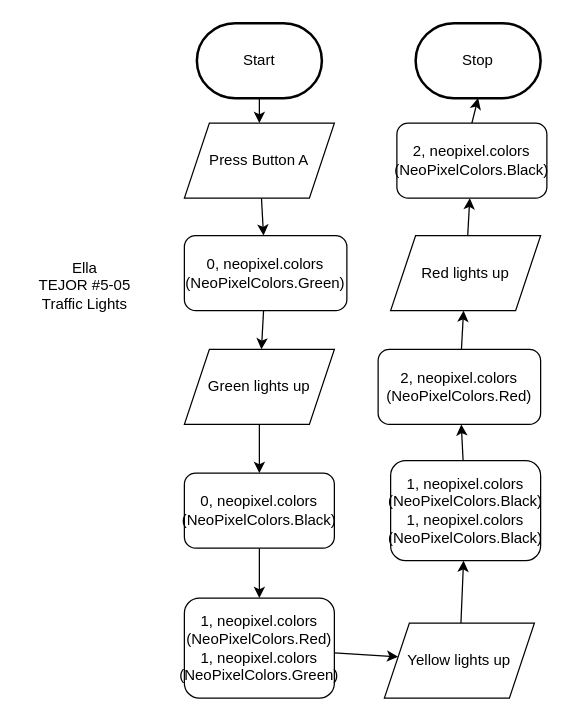
MTHS-TEJ2O-1-2024/TEJ2O-Unit-5-05B-ella-an2 keeps this draw.io diagram as design/flowchart.drawio. Above is the earlier version. Source tidied: cells renumbered, new cells numbered last; positions are measured from the earlier drawing's top-left corner, leaving out a move shared by most shapes. Both pictures are drawn from the tidied source at 125%, with x=0, y=0 at pixel (21, 22).
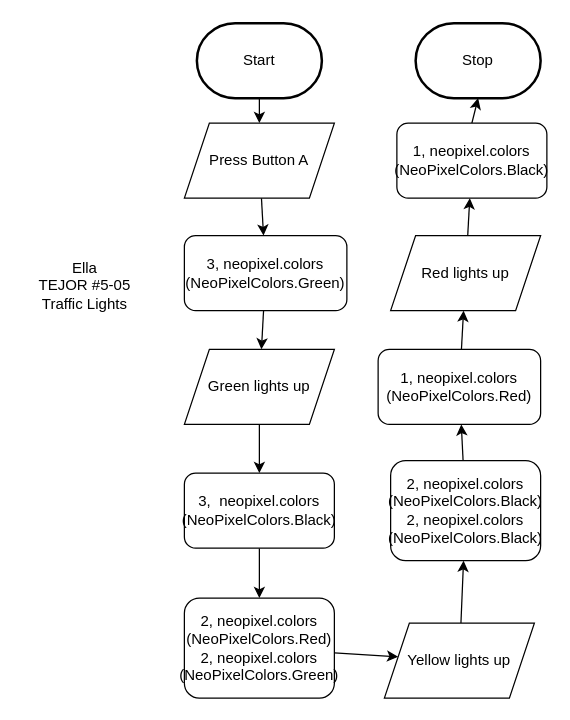
Above is the later version.

Change to the diagram source:
```diff
@@
-    <mxCell id="8" value="2, neopixel.colors&lt;br&gt;(NeoPixelColors.Black)" style="rounded=1;whiteSpace=wrap;html=1;" parent="1" vertex="1">
+    <mxCell id="8" value="1, neopixel.colors&lt;br&gt;(NeoPixelColors.Black)" style="rounded=1;whiteSpace=wrap;html=1;" parent="1" vertex="1">
       <mxGeometry x="300" y="80" width="120" height="60" as="geometry" />
     </mxCell>
@@
-    <mxCell id="10" value="0, neopixel.colors&lt;br&gt;(NeoPixelColors.Black)" style="rounded=1;whiteSpace=wrap;html=1;" parent="1" vertex="1">
+    <mxCell id="10" value="3,&amp;nbsp; neopixel.colors&lt;br&gt;(NeoPixelColors.Black)" style="rounded=1;whiteSpace=wrap;html=1;" parent="1" vertex="1">
       <mxGeometry x="130" y="360" width="120" height="60" as="geometry" />
     </mxCell>
@@
-    <mxCell id="16" value="1, neopixel.colors&lt;br&gt;(NeoPixelColors.Red)&lt;br&gt;1, neopixel.colors&lt;br&gt;(NeoPixelColors.Green)" style="rounded=1;whiteSpace=wrap;html=1;" parent="1" vertex="1">
+    <mxCell id="16" value="2, neopixel.colors&lt;br&gt;(NeoPixelColors.Red)&lt;br&gt;2, neopixel.colors&lt;br&gt;(NeoPixelColors.Green)" style="rounded=1;whiteSpace=wrap;html=1;" parent="1" vertex="1">
       <mxGeometry x="130" y="460" width="120" height="80" as="geometry" />
     </mxCell>
@@
-    <mxCell id="18" value="1, neopixel.colors&lt;br&gt;(NeoPixelColors.Black)&lt;br&gt;1, neopixel.colors&lt;br&gt;(NeoPixelColors.Black)" style="rounded=1;whiteSpace=wrap;html=1;" parent="1" vertex="1">
+    <mxCell id="18" value="2, neopixel.colors&lt;br&gt;(NeoPixelColors.Black)&lt;br&gt;2, neopixel.colors&lt;br&gt;(NeoPixelColors.Black)" style="rounded=1;whiteSpace=wrap;html=1;" parent="1" vertex="1">
       <mxGeometry x="295" y="350" width="120" height="80" as="geometry" />
     </mxCell>
@@
-    <mxCell id="20" value="2, neopixel.colors&lt;br&gt;(NeoPixelColors.Red)" style="rounded=1;whiteSpace=wrap;html=1;" parent="1" vertex="1">
+    <mxCell id="20" value="1, neopixel.colors&lt;br&gt;(NeoPixelColors.Red)" style="rounded=1;whiteSpace=wrap;html=1;" parent="1" vertex="1">
       <mxGeometry x="285" y="261" width="130" height="60" as="geometry" />
     </mxCell>
@@
-    <mxCell id="24" value="0, neopixel.colors&lt;br&gt;(NeoPixelColors.Green)" style="rounded=1;whiteSpace=wrap;html=1;" parent="1" vertex="1">
+    <mxCell id="24" value="3, neopixel.colors&lt;br&gt;(NeoPixelColors.Green)" style="rounded=1;whiteSpace=wrap;html=1;" parent="1" vertex="1">
       <mxGeometry x="130" y="170" width="130" height="60" as="geometry" />
     </mxCell>
```
